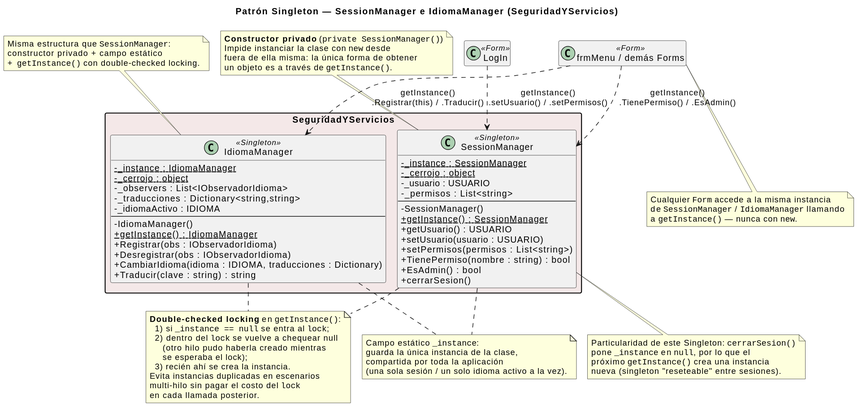
Jesifu/club-de-vinos-td keeps this PlantUML diagram as DIAGRAMAS/DiagramaClases_Singleton.svg. Above is the earlier version.
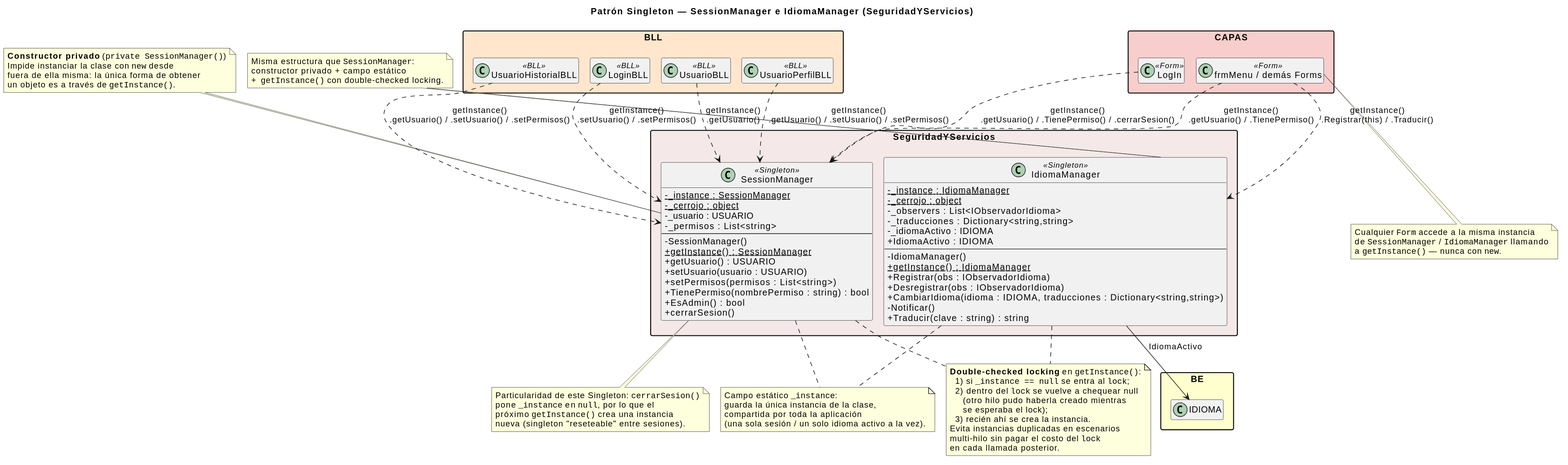
After the commit.

What changed in the source:
```diff
@@ -19,7 +19,7 @@
     + getUsuario() : USUARIO
     + setUsuario(usuario : USUARIO)
     + setPermisos(permisos : List<string>)
-    + TienePermiso(nombre : string) : bool
+    + TienePermiso(nombrePermiso : string) : bool
     + EsAdmin() : bool
     + cerrarSesion()
   }
@@ -30,15 +30,23 @@
     - _observers : List<IObservadorIdioma>
     - _traducciones : Dictionary<string,string>
     - _idiomaActivo : IDIOMA
+    + IdiomaActivo : IDIOMA
     --
     - IdiomaManager()
     + {static} getInstance() : IdiomaManager
     + Registrar(obs : IObservadorIdioma)
     + Desregistrar(obs : IObservadorIdioma)
-    + CambiarIdioma(idioma : IDIOMA, traducciones : Dictionary)
+    + CambiarIdioma(idioma : IDIOMA, traducciones : Dictionary<string,string>)
+    - Notificar()
     + Traducir(clave : string) : string
   }
 }
+
+package "BE" #FEFECE {
+  class IDIOMA
+}
+
+IdiomaManager --> IDIOMA : IdiomaActivo >
 
 
 note top of SessionManager
@@ -85,11 +93,24 @@
 end note
 
 
-class "LogIn" as LogIn <<Form>>
-class "frmMenu / demás Forms" as OtrosForms <<Form>>
+package "BLL" #FFE6CC {
+  class LoginBLL <<BLL>>
+  class UsuarioBLL <<BLL>>
+  class UsuarioPerfilBLL <<BLL>>
+  class UsuarioHistorialBLL <<BLL>>
+}
 
-LogIn ..> SessionManager : getInstance()\n.setUsuario() / .setPermisos()
-OtrosForms ..> SessionManager : getInstance()\n.TienePermiso() / .EsAdmin()
+package "CAPAS" #F8CECC {
+  class "LogIn" as LogIn <<Form>>
+  class "frmMenu / demás Forms" as OtrosForms <<Form>>
+}
+
+LoginBLL ..> SessionManager : getInstance()\n.setUsuario() / .setPermisos()
+UsuarioPerfilBLL ..> SessionManager : getInstance()\n.getUsuario() / .setUsuario() / .setPermisos()
+UsuarioHistorialBLL ..> SessionManager : getInstance()\n.getUsuario() / .setUsuario() / .setPermisos()
+UsuarioBLL ..> SessionManager : getInstance()\n.getUsuario()
+LogIn ..> SessionManager : getInstance()\n.getUsuario() / .TienePermiso() / .cerrarSesion()
+OtrosForms ..> SessionManager : getInstance()\n.getUsuario() / .TienePermiso()
 OtrosForms ..> IdiomaManager : getInstance()\n.Registrar(this) / .Traducir()
 
 note bottom of OtrosForms
```
